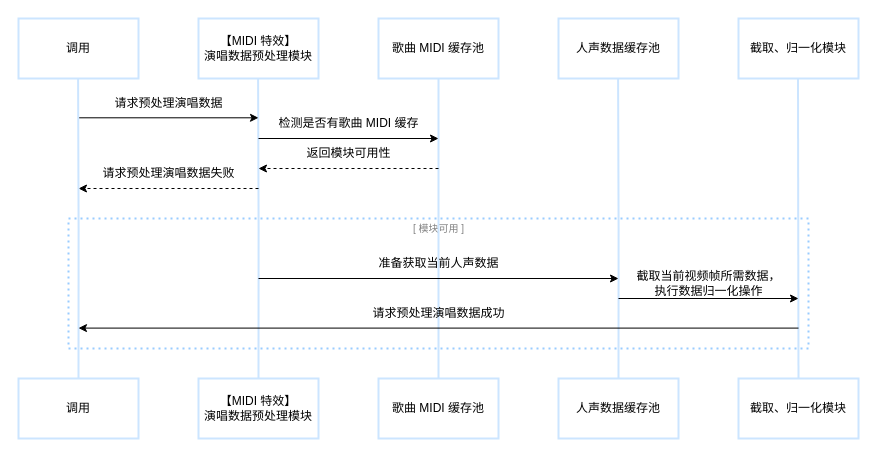
Tangdixi/tangdixi.github.io keeps this draw.io diagram as page "Page-3" (3 of 4) of Untitled Diagram.drawio. Above is the earlier version. Source tidied: cells renumbered, new cells numbered last; positions are measured from the earlier drawing's top-left corner, leaving out a move shared by most shapes. Both pictures are drawn from the tidied source at 100%, with x=0, y=0 at pixel (18, 18).
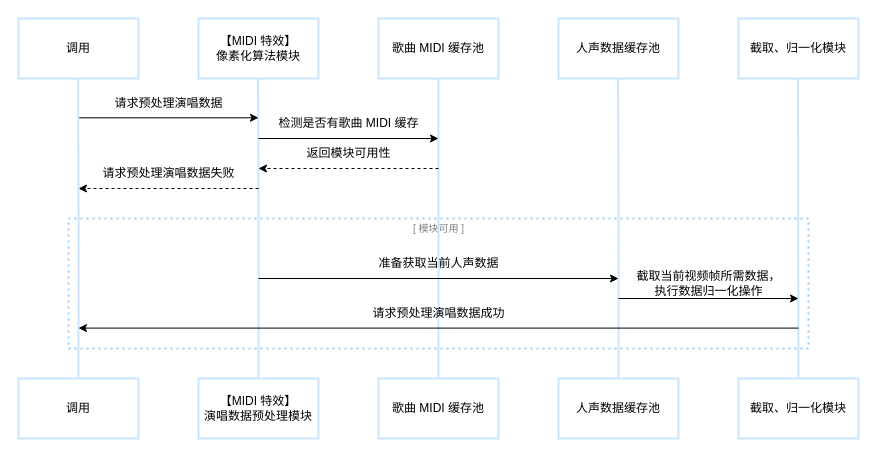
Above is the later version.

Change to the diagram source:
```diff
@@
-    <mxCell id="7" value="【MIDI 特效】&lt;br style=&quot;border-color: var(--border-color);&quot;&gt;演唱数据预处理模块" style="rounded=0;whiteSpace=wrap;html=1;labelBackgroundColor=none;strokeWidth=2;strokeColor=#CCE5FF;" parent="1" vertex="1">
+    <mxCell id="7" value="【MIDI 特效】&lt;br style=&quot;border-color: var(--border-color);&quot;&gt;像素化算法模块" style="rounded=0;whiteSpace=wrap;html=1;labelBackgroundColor=none;strokeWidth=2;strokeColor=#CCE5FF;" parent="1" vertex="1">
       <mxGeometry x="180" width="120" height="60" as="geometry" />
     </mxCell>
```
